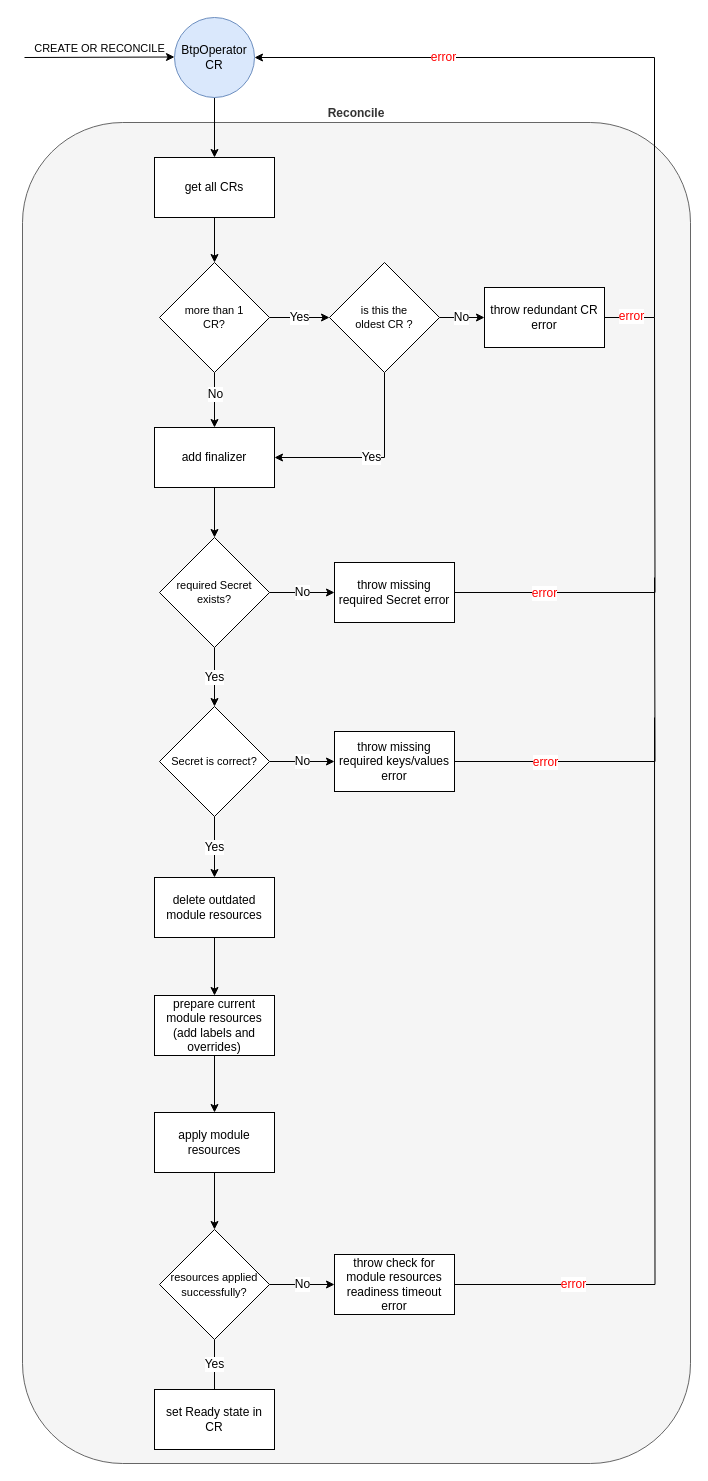
This is docs/assets/activity_provisioning.drawio from kyma-project/btp-manager, a draw.io file, before an edit. Source tidied: cells renumbered, new cells numbered last; positions are measured from the earlier drawing's top-left corner, leaving out a move shared by most shapes. Both pictures are drawn from the tidied source at 100%, with x=0, y=0 at pixel (22, 17).
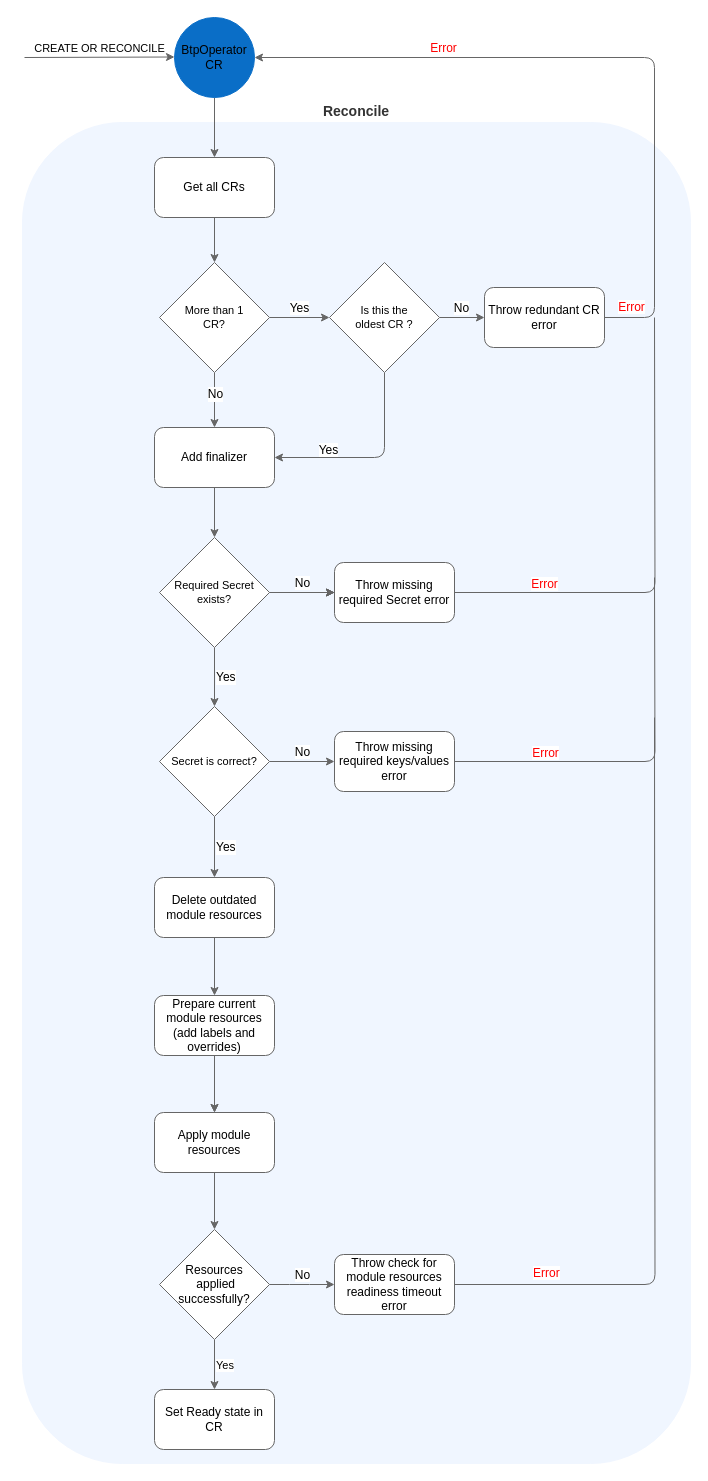
The same diagram, later.

Diff of the diagram source:
```diff
@@
-    <mxCell id="2" value="Reconcile" style="rounded=1;whiteSpace=wrap;html=1;fontColor=#333333;fillColor=#f5f5f5;strokeColor=#666666;labelPosition=center;verticalLabelPosition=top;align=center;verticalAlign=bottom;fontStyle=1;" parent="1" vertex="1">
+    <mxCell id="2" value="Reconcile" style="rounded=1;whiteSpace=wrap;html=1;fontColor=#333333;fillColor=#f0f6ff;strokeColor=#f0f6ff;labelPosition=center;verticalLabelPosition=top;align=center;verticalAlign=bottom;fontStyle=1;fontSize=14;" parent="1" vertex="1">
       <mxGeometry y="105" width="668" height="1341" as="geometry" />
     </mxCell>
-    <mxCell id="3" style="edgeStyle=orthogonalEdgeStyle;rounded=0;jettySize=auto;html=1;fontSize=12;" parent="1" edge="1" source="4" target="11">
+    <mxCell id="3" style="edgeStyle=orthogonalEdgeStyle;rounded=1;jettySize=auto;html=1;fontSize=12;strokeColor=#666666;" parent="1" edge="1" source="4" target="11">
       <mxGeometry relative="1" as="geometry" />
     </mxCell>
-    <mxCell id="4" value="BtpOperator CR" style="ellipse;whiteSpace=wrap;html=1;align=center;fillColor=#dae8fc;strokeColor=#6c8ebf;" parent="1" vertex="1">
+    <mxCell id="4" value="BtpOperator CR" style="ellipse;whiteSpace=wrap;html=1;align=center;fillColor=#0a6ec7;strokeColor=#0a6ec7;" parent="1" vertex="1">
       <mxGeometry x="152" width="80" height="80" as="geometry" />
     </mxCell>
-    <mxCell id="5" value="CREATE OR RECONCILE" style="endArrow=classic;html=1;rounded=0;labelPosition=center;verticalLabelPosition=top;align=center;verticalAlign=bottom;" parent="1" edge="1">
+    <mxCell id="5" value="CREATE OR RECONCILE" style="endArrow=classic;html=1;rounded=1;labelPosition=center;verticalLabelPosition=top;align=center;verticalAlign=bottom;strokeColor=#666666;" parent="1" edge="1">
       <mxGeometry relative="1" as="geometry">
         <mxPoint x="2" y="40" as="sourcePoint" />
         <mxPoint x="152" y="39.5" as="targetPoint" />
       </mxGeometry>
     </mxCell>
-    <mxCell id="6" style="edgeStyle=orthogonalEdgeStyle;rounded=0;jettySize=auto;html=1;fontSize=12;" parent="1" edge="1" source="9" target="13">
+    <mxCell id="6" style="edgeStyle=orthogonalEdgeStyle;rounded=1;jettySize=auto;html=1;fontSize=12;strokeColor=#666666;" parent="1" edge="1" source="9" target="13">
       <mxGeometry relative="1" as="geometry" />
     </mxCell>
@@
-    <mxCell id="8" value="Yes" style="edgeStyle=orthogonalEdgeStyle;rounded=0;jettySize=auto;html=1;fontSize=12;" parent="1" edge="1" source="9" target="17">
+    <mxCell id="8" value="Yes" style="edgeStyle=orthogonalEdgeStyle;rounded=1;jettySize=auto;html=1;fontSize=12;strokeColor=#666666;verticalAlign=bottom;" parent="1" edge="1" source="9" target="17">
       <mxGeometry relative="1" as="geometry" />
     </mxCell>
-    <mxCell id="9" value="more than 1 &lt;br style=&quot;font-size: 11px;&quot;&gt;CR?" style="rhombus;whiteSpace=wrap;html=1;fontSize=11;" parent="1" vertex="1">
+    <mxCell id="9" value="More than 1 &lt;br style=&quot;font-size: 11px;&quot;&gt;CR?" style="rhombus;whiteSpace=wrap;html=1;fontSize=11;strokeColor=#666666;" parent="1" vertex="1">
       <mxGeometry x="137" y="245" width="110" height="110" as="geometry" />
     </mxCell>
-    <mxCell id="10" style="edgeStyle=orthogonalEdgeStyle;rounded=0;jettySize=auto;html=1;fontSize=12;" parent="1" edge="1" source="11" target="9">
+    <mxCell id="10" style="edgeStyle=orthogonalEdgeStyle;rounded=1;jettySize=auto;html=1;fontSize=12;strokeColor=#666666;" parent="1" edge="1" source="11" target="9">
       <mxGeometry relative="1" as="geometry" />
     </mxCell>
-    <mxCell id="11" value="get all CRs" style="rounded=0;whiteSpace=wrap;html=1;fontSize=12;" parent="1" vertex="1">
+    <mxCell id="11" value="Get all CRs" style="rounded=1;whiteSpace=wrap;html=1;fontSize=12;strokeColor=#666666;" parent="1" vertex="1">
       <mxGeometry x="132" y="140" width="120" height="60" as="geometry" />
     </mxCell>
-    <mxCell id="12" style="edgeStyle=orthogonalEdgeStyle;rounded=0;jettySize=auto;html=1;fontSize=12;fontColor=#FF0000;" parent="1" edge="1" source="13" target="24">
+    <mxCell id="12" style="edgeStyle=orthogonalEdgeStyle;rounded=1;jettySize=auto;html=1;fontSize=12;fontColor=#FF0000;strokeColor=#666666;" parent="1" edge="1" source="13" target="24">
       <mxGeometry relative="1" as="geometry" />
     </mxCell>
-    <mxCell id="13" value="add finalizer" style="whiteSpace=wrap;html=1;" parent="1" vertex="1">
+    <mxCell id="13" value="Add finalizer" style="whiteSpace=wrap;html=1;rounded=1;strokeColor=#666666;" parent="1" vertex="1">
       <mxGeometry x="132" y="410" width="120" height="60" as="geometry" />
     </mxCell>
-    <mxCell id="14" value="Yes" style="edgeStyle=orthogonalEdgeStyle;rounded=0;jettySize=auto;html=1;exitX=0.5;exitY=1;exitDx=0;exitDy=0;entryX=1;entryY=0.5;entryDx=0;entryDy=0;fontSize=12;" parent="1" edge="1" source="17" target="13">
-      <mxGeometry relative="1" as="geometry" />
+    <mxCell id="14" value="Yes" style="edgeStyle=orthogonalEdgeStyle;rounded=1;jettySize=auto;html=1;exitX=0.5;exitY=1;exitDx=0;exitDy=0;entryX=1;entryY=0.5;entryDx=0;entryDy=0;fontSize=12;strokeColor=#666666;verticalAlign=bottom;" parent="1" edge="1" source="17" target="13">
+      <mxGeometry x="0.45" y="2" relative="1" as="geometry" />
     </mxCell>
-    <mxCell id="15" style="edgeStyle=orthogonalEdgeStyle;rounded=0;jettySize=auto;html=1;fontSize=12;" parent="1" edge="1" source="17" target="21">
+    <mxCell id="15" style="edgeStyle=orthogonalEdgeStyle;rounded=1;jettySize=auto;html=1;fontSize=12;strokeColor=#666666;" parent="1" edge="1" source="17" target="21">
       <mxGeometry relative="1" as="geometry" />
     </mxCell>
-    <mxCell id="16" value="No" style="edgeLabel;html=1;align=center;verticalAlign=middle;fontSize=12;" parent="15" vertex="1">
+    <mxCell id="16" value="No" style="edgeLabel;html=1;align=center;verticalAlign=bottom;fontSize=12;" parent="15" vertex="1">
       <mxGeometry x="-0.07" y="1" relative="1" as="geometry" />
     </mxCell>
-    <mxCell id="17" value="is this the &lt;br style=&quot;font-size: 11px;&quot;&gt;oldest CR ?" style="rhombus;whiteSpace=wrap;html=1;fontSize=11;" parent="1" vertex="1">
+    <mxCell id="17" value="Is this the &lt;br style=&quot;font-size: 11px;&quot;&gt;oldest CR ?" style="rhombus;whiteSpace=wrap;html=1;fontSize=11;strokeColor=#666666;" parent="1" vertex="1">
       <mxGeometry x="307" y="245" width="110" height="110" as="geometry" />
     </mxCell>
-    <mxCell id="18" style="edgeStyle=orthogonalEdgeStyle;rounded=0;jettySize=auto;html=1;exitX=1;exitY=0.5;exitDx=0;exitDy=0;entryX=1;entryY=0.5;entryDx=0;entryDy=0;fontSize=12;" parent="1" edge="1" source="21" target="4">
+    <mxCell id="18" style="edgeStyle=orthogonalEdgeStyle;rounded=1;jettySize=auto;html=1;exitX=1;exitY=0.5;exitDx=0;exitDy=0;entryX=1;entryY=0.5;entryDx=0;entryDy=0;fontSize=12;strokeColor=#666666;" parent="1" edge="1" source="21" target="4">
       <mxGeometry relative="1" as="geometry">
         <Array as="points">
           <mxPoint x="632" y="300" />
           <mxPoint x="632" y="40" />
         </Array>
       </mxGeometry>
     </mxCell>
-    <mxCell id="19" value="&lt;font color=&quot;#ff0000&quot;&gt;error&lt;/font&gt;" style="edgeLabel;html=1;align=center;verticalAlign=middle;fontSize=12;" parent="18" vertex="1">
+    <mxCell id="19" value="&lt;font color=&quot;#ff0000&quot;&gt;Error&lt;/font&gt;" style="edgeLabel;html=1;align=center;verticalAlign=bottom;fontSize=12;" parent="18" vertex="1">
       <mxGeometry x="0.47" y="-1" relative="1" as="geometry" />
     </mxCell>
-    <mxCell id="20" value="&lt;font color=&quot;#ff0000&quot;&gt;error&lt;/font&gt;" style="edgeLabel;html=1;align=center;verticalAlign=middle;fontSize=12;fontColor=#000000;" parent="18" vertex="1">
+    <mxCell id="20" value="&lt;font color=&quot;#ff0000&quot;&gt;Error&lt;/font&gt;" style="edgeLabel;html=1;align=center;verticalAlign=bottom;fontSize=12;fontColor=#000000;" parent="18" vertex="1">
       <mxGeometry x="-0.91" y="2" relative="1" as="geometry">
         <mxPoint x="-6" as="offset" />
       </mxGeometry>
     </mxCell>
-    <mxCell id="21" value="throw redundant CR error" style="whiteSpace=wrap;html=1;" parent="1" vertex="1">
+    <mxCell id="21" value="Throw redundant CR error" style="whiteSpace=wrap;html=1;rounded=1;strokeColor=#666666;" parent="1" vertex="1">
       <mxGeometry x="462" y="270" width="120" height="60" as="geometry" />
     </mxCell>
-    <mxCell id="22" value="No" style="edgeStyle=orthogonalEdgeStyle;rounded=0;jettySize=auto;html=1;fontSize=12;fontColor=#000000;endArrow=classic;endFill=1;" parent="1" edge="1" source="24" target="27">
+    <mxCell id="22" value="No" style="edgeStyle=orthogonalEdgeStyle;rounded=0;jettySize=auto;html=1;fontSize=12;fontColor=#000000;endArrow=classic;endFill=1;verticalAlign=bottom;" parent="1" edge="1" source="24" target="27">
       <mxGeometry relative="1" as="geometry" />
     </mxCell>
-    <mxCell id="23" value="Yes" style="edgeStyle=orthogonalEdgeStyle;rounded=0;jettySize=auto;html=1;fontSize=12;fontColor=#000000;endArrow=classic;endFill=1;" parent="1" edge="1" source="24" target="30">
+    <mxCell id="23" value="Yes" style="edgeStyle=orthogonalEdgeStyle;rounded=1;jettySize=auto;html=1;fontSize=12;fontColor=#000000;endArrow=classic;endFill=1;strokeColor=#666666;labelPosition=right;verticalLabelPosition=middle;align=left;verticalAlign=middle;" parent="1" edge="1" source="24" target="30">
       <mxGeometry relative="1" as="geometry" />
     </mxCell>
+    <mxCell id="46" style="edgeStyle=orthogonalEdgeStyle;rounded=1;jettySize=auto;html=1;strokeColor=#666666;" parent="1" edge="1" source="24" target="27">
+      <mxGeometry relative="1" as="geometry" />
+    </mxCell>
-    <mxCell id="24" value="required Secret exists?" style="rhombus;whiteSpace=wrap;html=1;fontSize=11;" parent="1" vertex="1">
+    <mxCell id="24" value="Required Secret exists?" style="rhombus;whiteSpace=wrap;html=1;fontSize=11;strokeColor=#666666;" parent="1" vertex="1">
       <mxGeometry x="137" y="520" width="110" height="110" as="geometry" />
     </mxCell>
-    <mxCell id="25" style="edgeStyle=orthogonalEdgeStyle;rounded=0;jettySize=auto;html=1;fontSize=12;fontColor=#FF0000;endArrow=none;endFill=0;" parent="1" edge="1" source="27">
+    <mxCell id="25" style="edgeStyle=orthogonalEdgeStyle;rounded=1;jettySize=auto;html=1;fontSize=12;fontColor=#FF0000;endArrow=none;endFill=0;strokeColor=#666666;" parent="1" edge="1" source="27">
       <mxGeometry relative="1" as="geometry">
         <mxPoint x="632" y="300" as="targetPoint" />
       </mxGeometry>
     </mxCell>
-    <mxCell id="26" value="error" style="edgeLabel;html=1;align=center;verticalAlign=middle;fontSize=12;fontColor=#FF0000;" parent="25" vertex="1">
+    <mxCell id="26" value="Error" style="edgeLabel;html=1;align=center;verticalAlign=bottom;fontSize=12;fontColor=#FF0000;" parent="25" vertex="1">
       <mxGeometry x="-0.59" y="2" relative="1" as="geometry">
         <mxPoint x="-8" y="2" as="offset" />
       </mxGeometry>
     </mxCell>
-    <mxCell id="27" value="throw missing required Secret error" style="whiteSpace=wrap;html=1;" parent="1" vertex="1">
+    <mxCell id="27" value="Throw missing required Secret error" style="whiteSpace=wrap;html=1;rounded=1;strokeColor=#666666;" parent="1" vertex="1">
       <mxGeometry x="312" y="545" width="120" height="60" as="geometry" />
     </mxCell>
-    <mxCell id="28" value="No" style="edgeStyle=orthogonalEdgeStyle;rounded=0;jettySize=auto;html=1;fontSize=12;fontColor=#000000;endArrow=classic;endFill=1;" parent="1" edge="1" source="30" target="33">
+    <mxCell id="28" value="No" style="edgeStyle=orthogonalEdgeStyle;rounded=1;jettySize=auto;html=1;fontSize=12;fontColor=#000000;endArrow=classic;endFill=1;strokeColor=#666666;verticalAlign=bottom;" parent="1" edge="1" source="30" target="33">
       <mxGeometry relative="1" as="geometry" />
     </mxCell>
-    <mxCell id="29" value="Yes" style="edgeStyle=orthogonalEdgeStyle;rounded=0;jettySize=auto;html=1;fontSize=12;fontColor=#000000;endArrow=classic;endFill=1;" parent="1" edge="1" source="30" target="35">
+    <mxCell id="29" value="Yes" style="edgeStyle=orthogonalEdgeStyle;rounded=1;jettySize=auto;html=1;fontSize=12;fontColor=#000000;endArrow=classic;endFill=1;strokeColor=#666666;labelPosition=right;verticalLabelPosition=middle;align=left;verticalAlign=middle;" parent="1" edge="1" source="30" target="35">
       <mxGeometry relative="1" as="geometry" />
     </mxCell>
-    <mxCell id="30" value="Secret is correct?" style="rhombus;whiteSpace=wrap;html=1;fontSize=11;" parent="1" vertex="1">
+    <mxCell id="30" value="Secret is correct?" style="rhombus;whiteSpace=wrap;html=1;fontSize=11;strokeColor=#666666;" parent="1" vertex="1">
       <mxGeometry x="137" y="689" width="110" height="110" as="geometry" />
     </mxCell>
-    <mxCell id="31" style="edgeStyle=orthogonalEdgeStyle;rounded=0;jettySize=auto;html=1;fontSize=12;fontColor=#000000;endArrow=none;endFill=0;" parent="1" edge="1" source="33">
+    <mxCell id="31" style="edgeStyle=orthogonalEdgeStyle;rounded=1;jettySize=auto;html=1;fontSize=12;fontColor=#000000;endArrow=none;endFill=0;strokeColor=#666666;" parent="1" edge="1" source="33">
       <mxGeometry relative="1" as="geometry">
         <mxPoint x="632" y="560" as="targetPoint" />
       </mxGeometry>
     </mxCell>
-    <mxCell id="32" value="error" style="edgeLabel;html=1;align=center;verticalAlign=middle;fontSize=12;fontColor=#FF0000;" parent="31" vertex="1">
+    <mxCell id="32" value="Error" style="edgeLabel;html=1;align=center;verticalAlign=bottom;fontSize=12;fontColor=#FF0000;" parent="31" vertex="1">
       <mxGeometry x="-0.45" y="1" relative="1" as="geometry">
         <mxPoint x="-16" y="1" as="offset" />
       </mxGeometry>
     </mxCell>
-    <mxCell id="33" value="throw missing required keys/values error" style="whiteSpace=wrap;html=1;" parent="1" vertex="1">
+    <mxCell id="33" value="Throw missing required keys/values error" style="whiteSpace=wrap;html=1;rounded=1;strokeColor=#666666;" parent="1" vertex="1">
       <mxGeometry x="312" y="714" width="120" height="60" as="geometry" />
     </mxCell>
-    <mxCell id="34" style="edgeStyle=orthogonalEdgeStyle;rounded=0;jettySize=auto;html=1;fontSize=12;fontColor=#000000;endArrow=classic;endFill=1;" parent="1" edge="1" source="35" target="37">
+    <mxCell id="34" style="edgeStyle=orthogonalEdgeStyle;rounded=1;jettySize=auto;html=1;fontSize=12;fontColor=#000000;endArrow=classic;endFill=1;strokeColor=#666666;" parent="1" edge="1" source="35" target="37">
       <mxGeometry relative="1" as="geometry" />
     </mxCell>
-    <mxCell id="35" value="delete outdated module resources" style="whiteSpace=wrap;html=1;" parent="1" vertex="1">
+    <mxCell id="35" value="Delete outdated module resources" style="whiteSpace=wrap;html=1;rounded=1;strokeColor=#666666;" parent="1" vertex="1">
       <mxGeometry x="132" y="860" width="120" height="60" as="geometry" />
     </mxCell>
-    <mxCell id="36" style="edgeStyle=orthogonalEdgeStyle;rounded=0;jettySize=auto;html=1;" parent="1" edge="1" source="37" target="45">
+    <mxCell id="36" style="edgeStyle=orthogonalEdgeStyle;rounded=1;jettySize=auto;html=1;strokeColor=#666666;" parent="1" edge="1" source="37" target="45">
       <mxGeometry relative="1" as="geometry" />
     </mxCell>
-    <mxCell id="37" value="prepare current module resources (add labels and overrides)" style="whiteSpace=wrap;html=1;" parent="1" vertex="1">
+    <mxCell id="37" value="Prepare current module resources (add labels and overrides)" style="whiteSpace=wrap;html=1;rounded=1;strokeColor=#666666;" parent="1" vertex="1">
       <mxGeometry x="132" y="978" width="120" height="60" as="geometry" />
     </mxCell>
-    <mxCell id="38" value="No" style="edgeStyle=orthogonalEdgeStyle;rounded=0;jettySize=auto;html=1;fontSize=12;fontColor=#000000;endArrow=classic;endFill=1;" parent="1" edge="1" source="40" target="42">
-      <mxGeometry relative="1" as="geometry" />
+    <mxCell id="38" value="&lt;font style=&quot;font-size: 12px;&quot;&gt;No&lt;/font&gt;" style="edgeStyle=orthogonalEdgeStyle;rounded=1;jettySize=auto;html=1;fontSize=12;fontColor=#000000;endArrow=classic;endFill=1;strokeColor=#666666;verticalAlign=bottom;labelPosition=center;verticalLabelPosition=middle;align=center;" parent="1" edge="1" source="40" target="42">
+      <mxGeometry relative="1" as="geometry">
+        <Array as="points">
+          <mxPoint x="277" y="1267" />
+          <mxPoint x="277" y="1267" />
+        </Array>
+      </mxGeometry>
     </mxCell>
+    <mxCell id="47" style="edgeStyle=orthogonalEdgeStyle;rounded=1;jettySize=auto;html=1;strokeColor=#666666;fontSize=12;" parent="1" edge="1" source="40" target="43">
+      <mxGeometry relative="1" as="geometry" />
+    </mxCell>
-    <mxCell id="39" value="Yes" style="edgeStyle=orthogonalEdgeStyle;rounded=0;jettySize=auto;html=1;fontSize=12;fontColor=#000000;endArrow=none;endFill=0;" parent="1" edge="1" source="40" target="43">
-      <mxGeometry relative="1" as="geometry" />
+    <mxCell id="39" value="Yes" style="edgeLabel;html=1;align=left;verticalAlign=middle;labelPosition=right;verticalLabelPosition=middle;" parent="47" vertex="1">
+      <mxGeometry x="-0.02" relative="1" as="geometry" />
     </mxCell>
-    <mxCell id="40" value="&lt;font style=&quot;font-size: 11px;&quot;&gt;resources applied successfully?&lt;/font&gt;" style="rhombus;whiteSpace=wrap;html=1;" parent="1" vertex="1">
+    <mxCell id="40" value="&lt;font style=&quot;font-size: 12px;&quot;&gt;Resources&lt;br&gt;&amp;nbsp;applied successfully?&lt;/font&gt;" style="rhombus;whiteSpace=wrap;html=1;strokeColor=#666666;labelPosition=center;verticalLabelPosition=middle;align=center;verticalAlign=middle;" parent="1" vertex="1">
       <mxGeometry x="137" y="1212" width="110" height="110" as="geometry" />
     </mxCell>
-    <mxCell id="41" value="error" style="edgeStyle=orthogonalEdgeStyle;rounded=0;jettySize=auto;html=1;fontSize=12;fontColor=#FF0000;endArrow=none;endFill=0;labelBackgroundColor=default;" parent="1" edge="1" source="42">
-      <mxGeometry x="-0.69" relative="1" as="geometry">
+    <mxCell id="41" value="Error" style="edgeStyle=orthogonalEdgeStyle;rounded=1;jettySize=auto;html=1;fontSize=12;fontColor=#FF0000;endArrow=none;endFill=0;labelBackgroundColor=default;strokeColor=#666666;verticalAlign=bottom;labelPosition=right;verticalLabelPosition=middle;align=left;" parent="1" edge="1" source="42">
+      <mxGeometry x="-0.8" y="2" relative="1" as="geometry">
         <mxPoint x="632" y="700" as="targetPoint" />
       </mxGeometry>
     </mxCell>
-    <mxCell id="42" value="throw check for module resources readiness timeout error" style="whiteSpace=wrap;html=1;" parent="1" vertex="1">
+    <mxCell id="42" value="Throw check for module resources readiness timeout error" style="whiteSpace=wrap;html=1;rounded=1;strokeColor=#666666;" parent="1" vertex="1">
       <mxGeometry x="312" y="1237" width="120" height="60" as="geometry" />
     </mxCell>
-    <mxCell id="43" value="set Ready state in&lt;br&gt;CR" style="whiteSpace=wrap;html=1;" parent="1" vertex="1">
+    <mxCell id="43" value="Set Ready state in&lt;br&gt;CR" style="whiteSpace=wrap;html=1;rounded=1;strokeColor=#666666;" parent="1" vertex="1">
       <mxGeometry x="132" y="1372" width="120" height="60" as="geometry" />
     </mxCell>
-    <mxCell id="44" style="edgeStyle=orthogonalEdgeStyle;rounded=0;jettySize=auto;html=1;exitX=0.5;exitY=1;exitDx=0;exitDy=0;entryX=0.5;entryY=0;entryDx=0;entryDy=0;" parent="1" edge="1" source="45" target="40">
+    <mxCell id="44" style="edgeStyle=orthogonalEdgeStyle;rounded=1;jettySize=auto;html=1;exitX=0.5;exitY=1;exitDx=0;exitDy=0;entryX=0.5;entryY=0;entryDx=0;entryDy=0;strokeColor=#666666;" parent="1" edge="1" source="45" target="40">
       <mxGeometry relative="1" as="geometry" />
     </mxCell>
-    <mxCell id="45" value="apply module resources" style="whiteSpace=wrap;html=1;" parent="1" vertex="1">
+    <mxCell id="45" value="Apply module resources" style="whiteSpace=wrap;html=1;rounded=1;strokeColor=#666666;" parent="1" vertex="1">
       <mxGeometry x="132" y="1095" width="120" height="60" as="geometry" />
     </mxCell>
+    <mxCell id="48" style="edgeStyle=orthogonalEdgeStyle;rounded=1;orthogonalLoop=1;jettySize=auto;html=1;strokeColor=#666666;" parent="1" edge="1">
+      <mxGeometry relative="1" as="geometry">
+        <mxPoint x="192" y="1038" as="sourcePoint" />
+        <mxPoint x="192" y="1095" as="targetPoint" />
+      </mxGeometry>
+    </mxCell>
```
